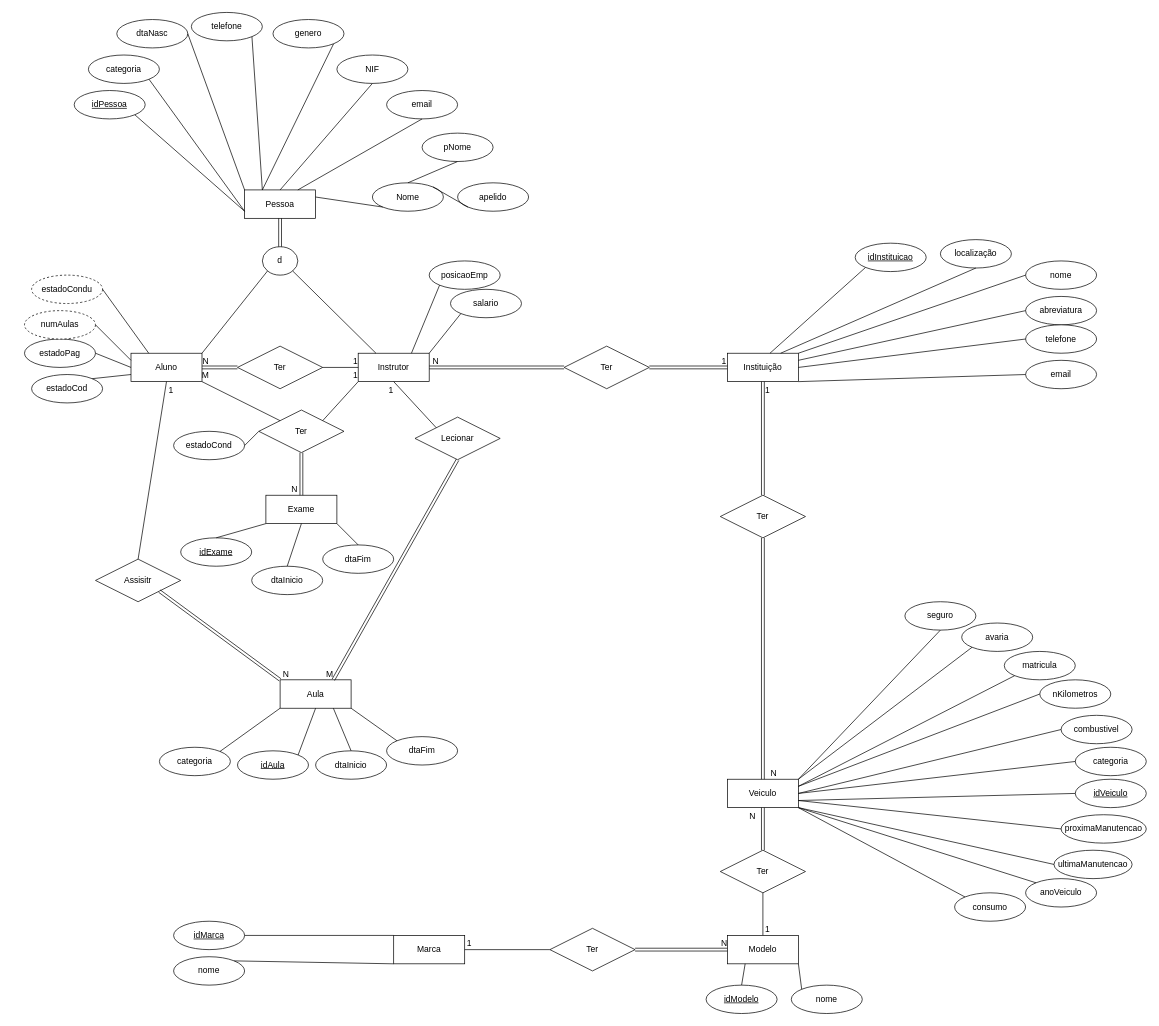
This is IPLDrive.drawio from MarcoPadeiroIPL/ProjetoBD, a draw.io file, before an edit. Source tidied: cells renumbered, new cells numbered last; positions are measured from the earlier drawing's top-left corner, leaving out a move shared by most shapes. Both pictures are drawn from the tidied source at 71%, with x=0, y=0 at pixel (24, 12).
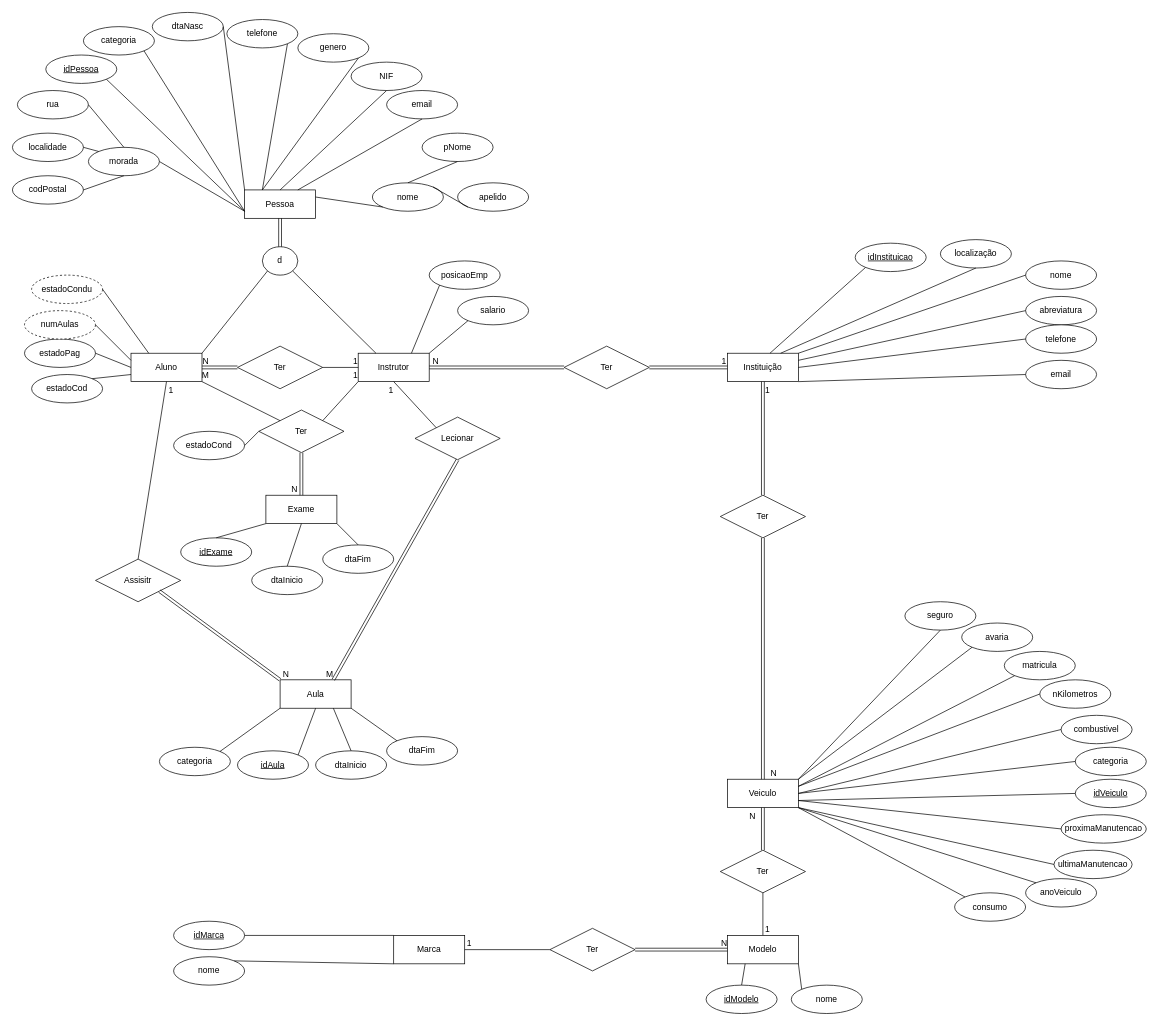
Above is the later version.

Commit message (it also covers changes not shown here):
memo memo quase feito

The change refers to these unchanged cells:
```xml
<mxCell id="60" value="Pessoa" style="whiteSpace=wrap;html=1;align=center;" parent="1" vertex="1">
  <mxGeometry x="310" y="250" width="100" height="40" as="geometry" />
</mxCell>
```

Diff of the diagram source:
```diff
@@
     <mxCell id="12" value="salario" style="ellipse;whiteSpace=wrap;html=1;align=center;" parent="1" vertex="1">
-      <mxGeometry x="600" y="390" width="100" height="40" as="geometry" />
+      <mxGeometry x="610" y="400" width="100" height="40" as="geometry" />
     </mxCell>
@@
-    <mxCell id="61" value="Nome" style="ellipse;whiteSpace=wrap;html=1;align=center;" parent="1" vertex="1">
+    <mxCell id="61" value="nome" style="ellipse;whiteSpace=wrap;html=1;align=center;" parent="1" vertex="1">
       <mxGeometry x="490" y="240" width="100" height="40" as="geometry" />
     </mxCell>
@@
     <mxCell id="65" value="NIF" style="ellipse;whiteSpace=wrap;html=1;align=center;" parent="1" vertex="1">
-      <mxGeometry x="440" y="60" width="100" height="40" as="geometry" />
+      <mxGeometry x="460" y="70" width="100" height="40" as="geometry" />
     </mxCell>
     <mxCell id="66" value="genero" style="ellipse;whiteSpace=wrap;html=1;align=center;" parent="1" vertex="1">
-      <mxGeometry x="350" y="10" width="100" height="40" as="geometry" />
+      <mxGeometry x="385" y="30" width="100" height="40" as="geometry" />
     </mxCell>
     <mxCell id="67" value="telefone" style="ellipse;whiteSpace=wrap;html=1;align=center;" parent="1" vertex="1">
-      <mxGeometry x="235" width="100" height="40" as="geometry" />
+      <mxGeometry x="285" y="10" width="100" height="40" as="geometry" />
     </mxCell>
     <mxCell id="68" value="dtaNasc" style="ellipse;whiteSpace=wrap;html=1;align=center;" parent="1" vertex="1">
-      <mxGeometry x="130" y="10" width="100" height="40" as="geometry" />
+      <mxGeometry x="180" width="100" height="40" as="geometry" />
     </mxCell>
     <mxCell id="69" value="categoria" style="ellipse;whiteSpace=wrap;html=1;align=center;" parent="1" vertex="1">
-      <mxGeometry x="90" y="60" width="100" height="40" as="geometry" />
+      <mxGeometry x="83" y="20" width="100" height="40" as="geometry" />
     </mxCell>
@@
     <mxCell id="145" value="idPessoa" style="ellipse;whiteSpace=wrap;html=1;align=center;fontStyle=4;" parent="1" vertex="1">
-      <mxGeometry x="70" y="110" width="100" height="40" as="geometry" />
+      <mxGeometry x="30" y="60" width="100" height="40" as="geometry" />
     </mxCell>
@@
+    <mxCell id="147" value="morada" style="ellipse;whiteSpace=wrap;html=1;align=center;" parent="1" vertex="1">
+      <mxGeometry x="90" y="190" width="100" height="40" as="geometry" />
+    </mxCell>
+    <mxCell id="148" style="endArrow=none;html=1;rounded=0;exitX=1;exitY=0.5;exitDx=0;exitDy=0;entryX=0;entryY=0.75;entryDx=0;entryDy=0;" parent="1" edge="1" source="147" target="60">
+      <mxGeometry relative="1" as="geometry" />
+    </mxCell>
+    <mxCell id="149" value="rua" style="ellipse;whiteSpace=wrap;html=1;align=center;" parent="1" vertex="1">
+      <mxGeometry x="-10" y="110" width="100" height="40" as="geometry" />
+    </mxCell>
+    <mxCell id="150" value="localidade" style="ellipse;whiteSpace=wrap;html=1;align=center;" parent="1" vertex="1">
+      <mxGeometry x="-17" y="170" width="100" height="40" as="geometry" />
+    </mxCell>
+    <mxCell id="151" style="endArrow=none;html=1;rounded=0;exitX=1;exitY=0.5;exitDx=0;exitDy=0;entryX=0.5;entryY=0;entryDx=0;entryDy=0;" parent="1" edge="1" source="149" target="147">
+      <mxGeometry relative="1" as="geometry" />
+    </mxCell>
+    <mxCell id="152" style="endArrow=none;html=1;rounded=0;exitX=1;exitY=0.5;exitDx=0;exitDy=0;entryX=0;entryY=0;entryDx=0;entryDy=0;" parent="1" edge="1" source="150" target="147">
+      <mxGeometry relative="1" as="geometry" />
+    </mxCell>
+    <mxCell id="153" value="codPostal" style="ellipse;whiteSpace=wrap;html=1;align=center;" parent="1" vertex="1">
+      <mxGeometry x="-17" y="230" width="100" height="40" as="geometry" />
+    </mxCell>
+    <mxCell id="154" style="endArrow=none;html=1;rounded=0;exitX=0.5;exitY=1;exitDx=0;exitDy=0;entryX=1;entryY=0.5;entryDx=0;entryDy=0;" parent="1" edge="1" source="147" target="153">
+      <mxGeometry relative="1" as="geometry" />
+    </mxCell>
```
